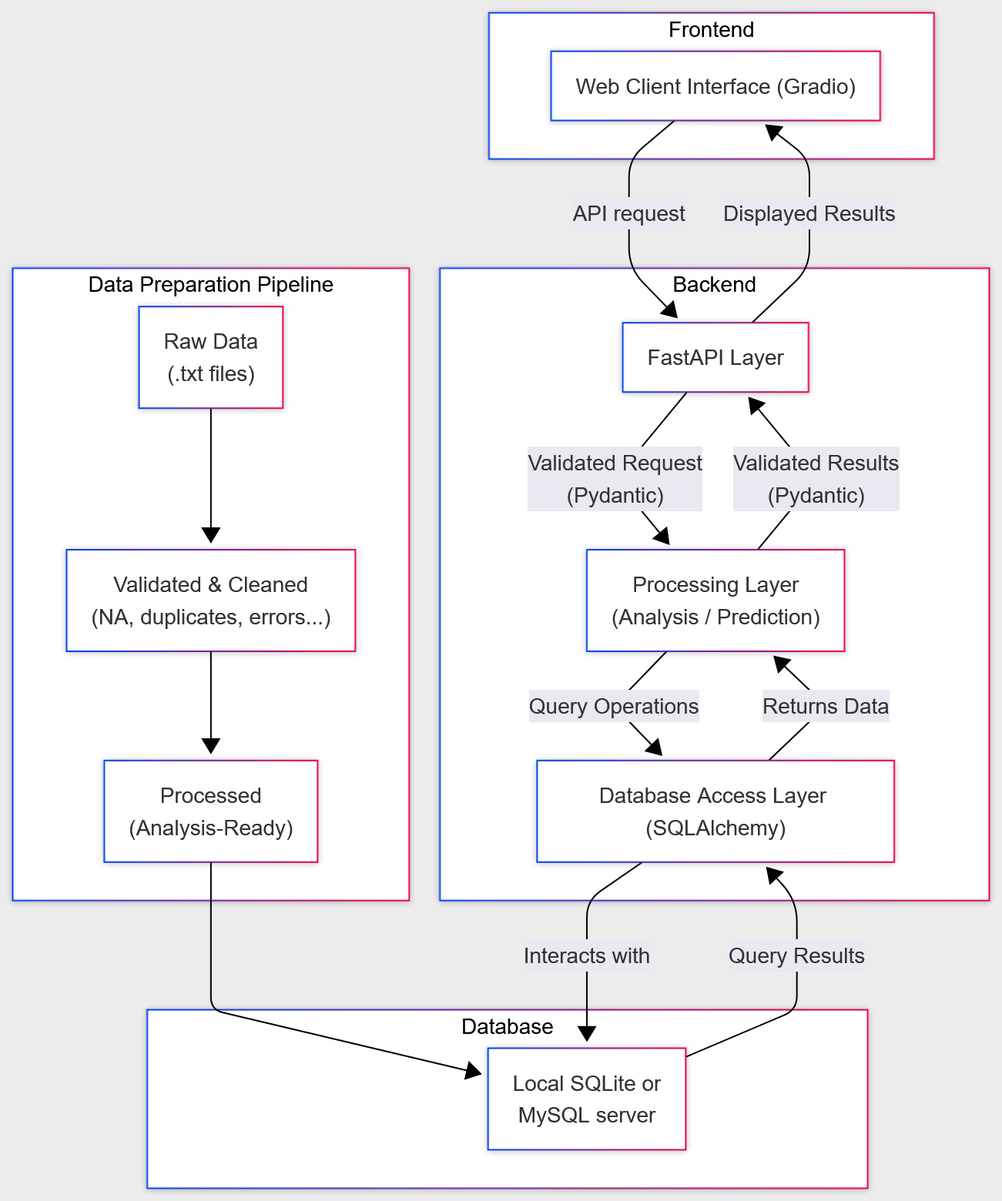
Above: docs/data-flow.png in NicolasCollin/gpd-m2sep-france-property-insight (Mermaid), before the change. Its source is kept beside it as docs/mermaid_graphs/data-flow.mmd. Source of this version:
```mermaid
---
config:
  theme: mc
  layout: dagre
  look: neo
---
flowchart BT
 subgraph Frontend["Frontend"]
        A["Web Client Interface (Gradio)"]
  end
 subgraph Backend["Backend"]
        B["FastAPI Layer"]
        D["Processing Layer<br>(Analysis / Prediction)"]
        E["Database Access Layer (SQLAlchemy)"]
  end
 subgraph DataPipeline["Data Preparation Pipeline"]
        F["Raw Data<br>(.txt files)"]
        G["Validated &amp; Cleaned<br>(NA, duplicates, errors...)"]
        H["Processed<br>(Analysis-Ready)"]
  end
 subgraph Database["Database"]
        I["Local SQLite or<br>MySQL server"]
  end
    A -- API request --> B
    B -- Validated Request<br>(Pydantic) --> D
    D -- Query Operations --> E
    E -- Interacts with --> I
    I -- Query Results --> E
    E -- Returns Data --> D
    D -- Validated Results<br>(Pydantic) --> B
    B -- Displayed Results --> A
    F --> G
    G --> H
    H --> I
```
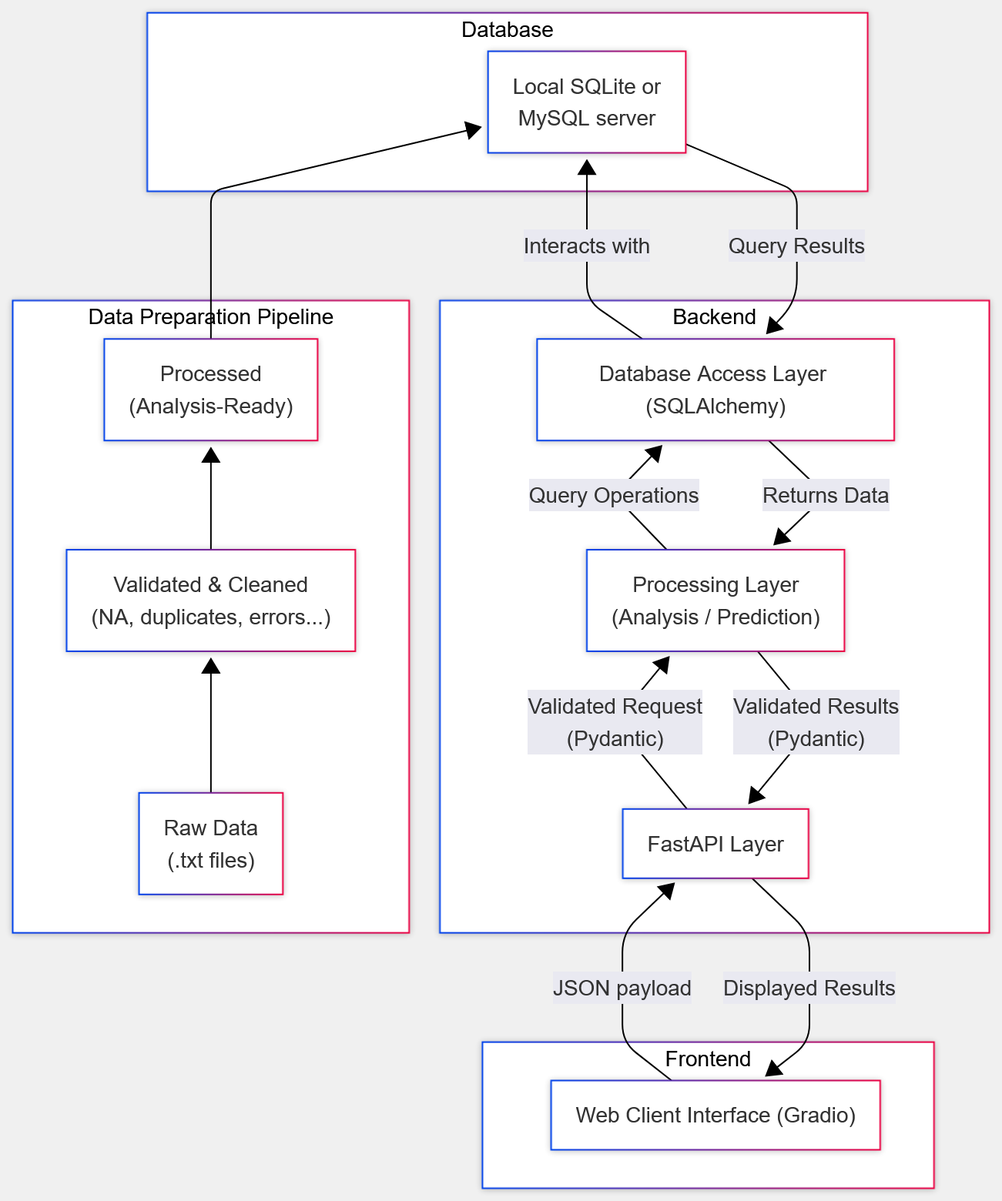
The same diagram one commit later.

Commit message:
docs: data-flow diagram update

What changed in the source:
```diff
@@ -21,7 +21,7 @@
  subgraph Database["Database"]
         I["Local SQLite or<br>MySQL server"]
   end
-    A -- API request --> B
+    A -- JSON payload --> B
     B -- Validated Request<br>(Pydantic) --> D
     D -- Query Operations --> E
     E -- Interacts with --> I
```
